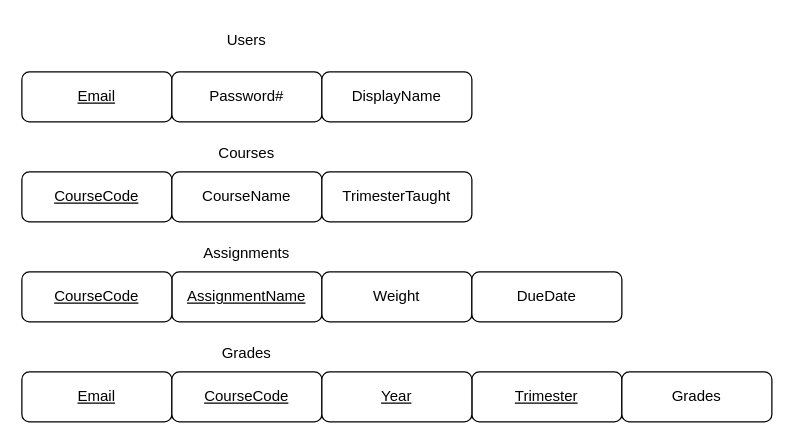
Above: database-plan.drawio in Twenty-Three-Fifty-Nine/grade-tracker (draw.io), before the change. Source tidied: cells renumbered, new cells numbered last; positions are measured from the earlier drawing's top-left corner, leaving out a move shared by most shapes. Both pictures are drawn from the tidied source at 125%, with x=0, y=0 at pixel (21, 21).
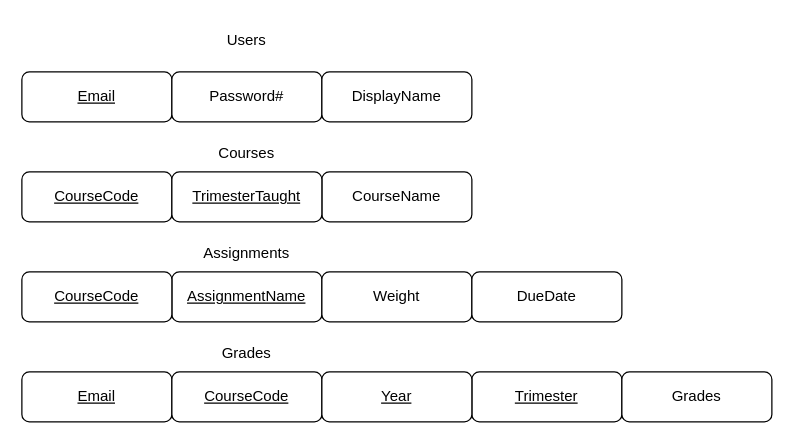
The same page after the edit.

Commit message:
Updated database structure

Diff of the diagram source:
```diff
@@
     <mxCell id="25" style="group;" parent="1" vertex="1">
-      <mxGeometry x="120" y="120" width="120" height="40" as="geometry" />
+      <mxGeometry x="240" y="120" width="120" height="40" as="geometry" />
     </mxCell>
@@
     <mxCell id="28" style="group;" parent="1" vertex="1">
-      <mxGeometry x="240" y="120" width="120" height="40" as="geometry" />
+      <mxGeometry x="120" y="120" width="120" height="40" as="geometry" />
     </mxCell>
@@
-    <mxCell id="30" value="TrimesterTaught" style="text;html=1;strokeColor=none;fillColor=none;align=center;verticalAlign=middle;whiteSpace=wrap;rounded=0;" parent="28" vertex="1">
+    <mxCell id="30" value="&lt;u&gt;TrimesterTaught&lt;/u&gt;" style="text;html=1;strokeColor=none;fillColor=none;align=center;verticalAlign=middle;whiteSpace=wrap;rounded=0;" parent="28" vertex="1">
       <mxGeometry width="120" height="40" as="geometry" />
     </mxCell>
```
